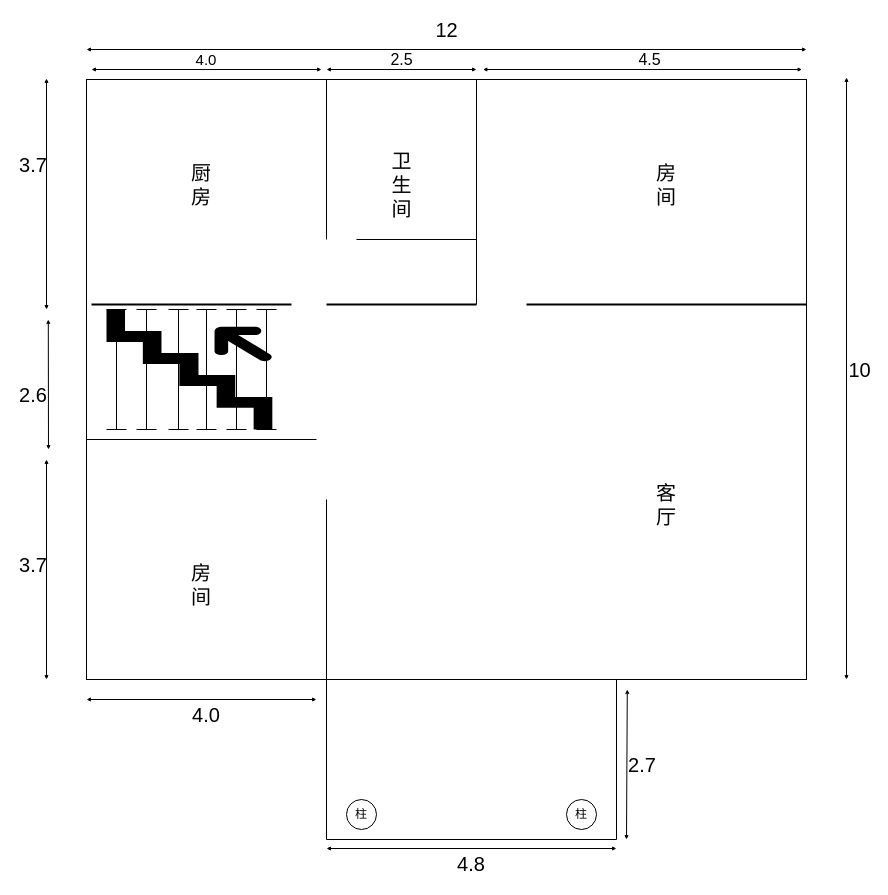
Before: 框架.drawio in sunplanter/DSA, a draw.io diagram. Source tidied: cells renumbered, new cells numbered last; positions are measured from the earlier drawing's top-left corner, leaving out a move shared by most shapes. Both pictures are drawn from the tidied source at 100%, with x=0, y=0 at pixel (17, 19).
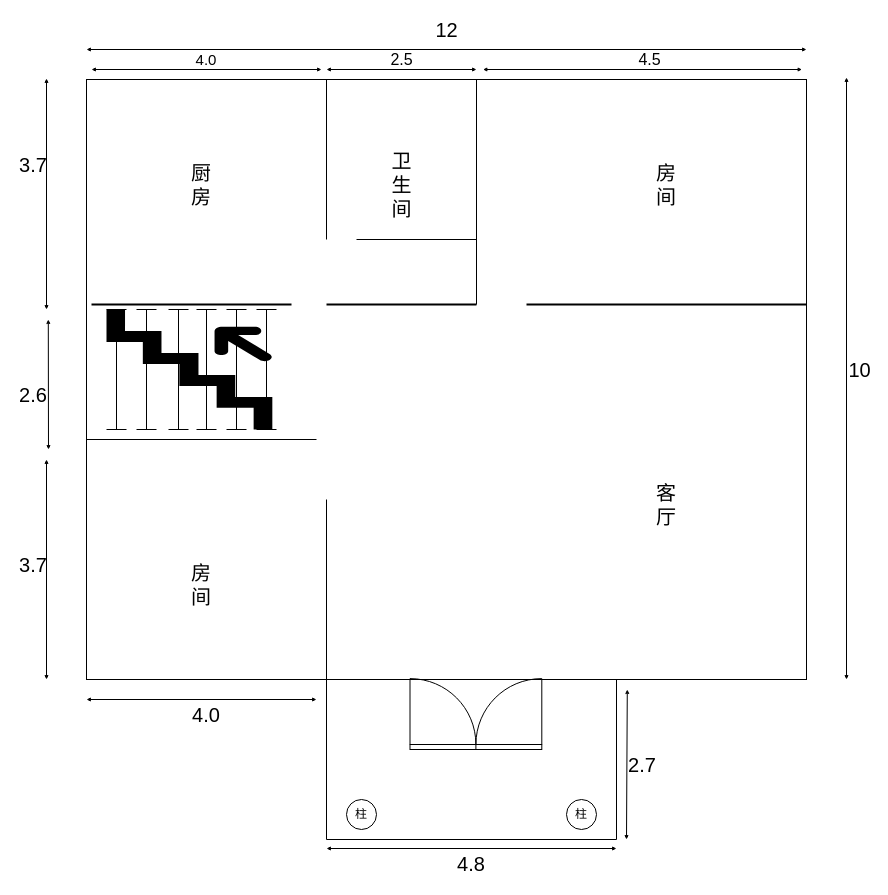
The same diagram, later.

The edit, as a diff of the source:
```diff
@@
+    <mxCell id="51" style="verticalLabelPosition=bottom;html=1;verticalAlign=top;align=center;shape=mxgraph.floorplan.doorDouble;direction=west;" parent="1" vertex="1">
+      <mxGeometry x="392.5" y="660" width="131.8" height="70" as="geometry" />
+    </mxCell>
```
